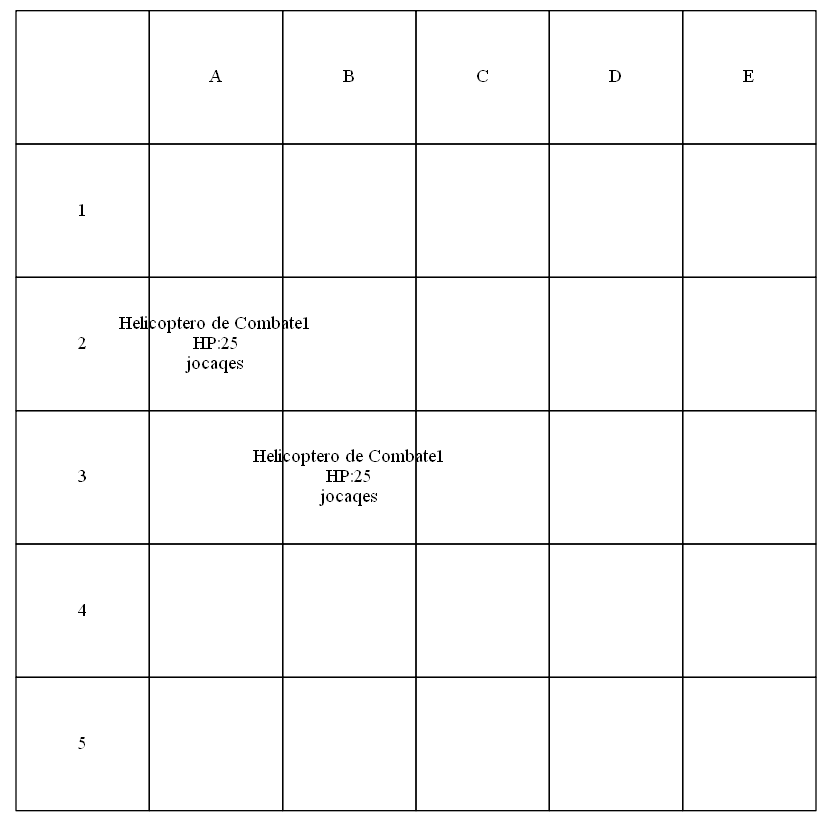
Earlier version of the Graphviz export Proyecto_fase2/WSnaval_wars/ClienteAdmin/Imagenes/tablero_aviones.png (jocaqes/EDD_201212921). Its source is kept beside it as Proyecto_fase2/WSnaval_wars/WSnaval_wars/Dots/tablero_aviones.dot.
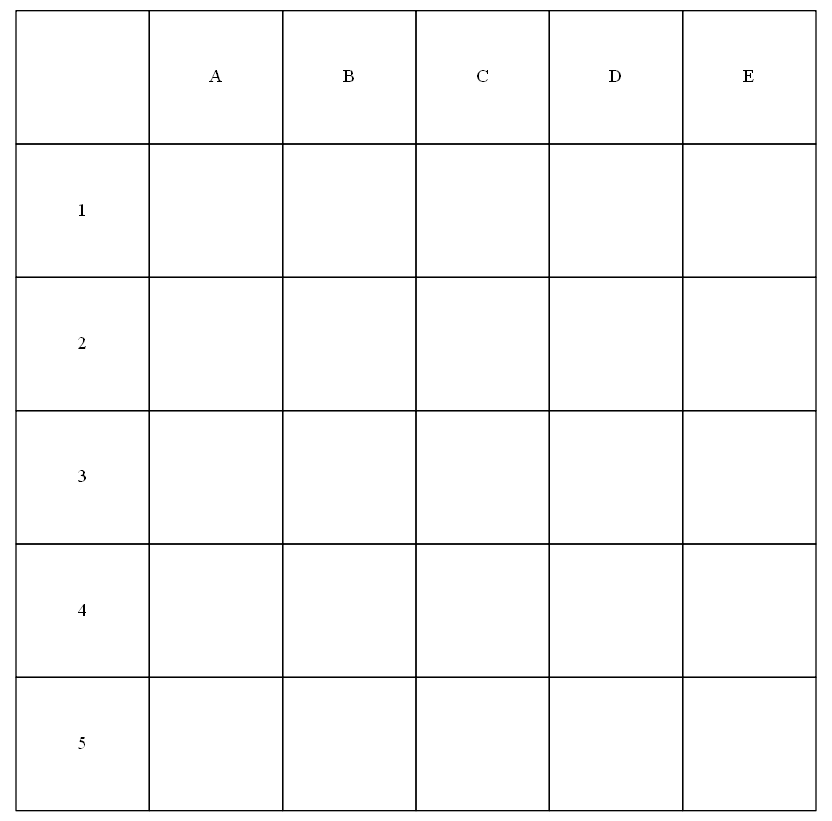
The same diagram one commit later.

What changed in the source:
```diff
@@ -17,7 +17,7 @@
 <TD width="100" height="100" fixedsize="true"></TD>
 </TR><TR>
 <TD width="100" height="100" fixedsize="true">2</TD>
-<TD width="100" height="100" fixedsize="true">Helicoptero de Combate1<br/>HP:25<br/>jocaqes</TD>
+<TD width="100" height="100" fixedsize="true"></TD>
 <TD width="100" height="100" fixedsize="true"></TD>
 <TD width="100" height="100" fixedsize="true"></TD>
 <TD width="100" height="100" fixedsize="true"></TD>
@@ -25,7 +25,7 @@
 </TR><TR>
 <TD width="100" height="100" fixedsize="true">3</TD>
 <TD width="100" height="100" fixedsize="true"></TD>
-<TD width="100" height="100" fixedsize="true">Helicoptero de Combate1<br/>HP:25<br/>jocaqes</TD>
+<TD width="100" height="100" fixedsize="true"></TD>
 <TD width="100" height="100" fixedsize="true"></TD>
 <TD width="100" height="100" fixedsize="true"></TD>
 <TD width="100" height="100" fixedsize="true"></TD>
```
